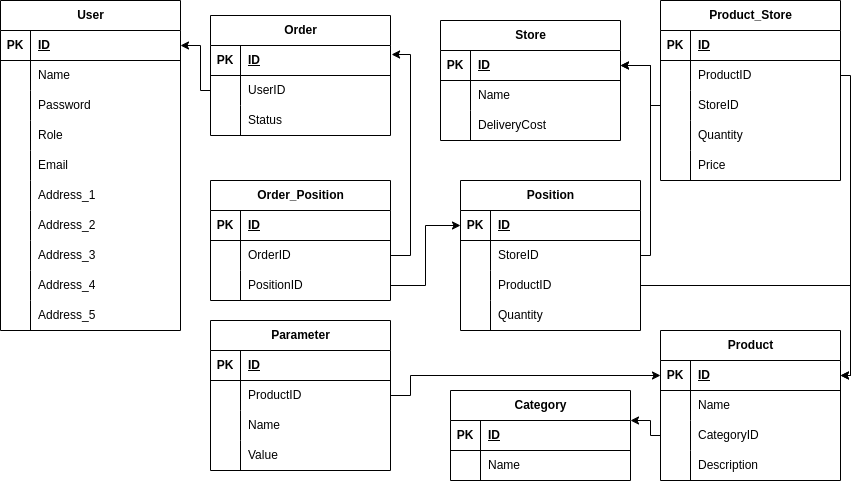
This is Diploma_scheme.png from Garpusha/diploma, a draw.io export, as it was before one commit. Source tidied: cells renumbered, new cells last; positions are measured from the earlier drawing's top-left corner, leaving out a move shared by most shapes.
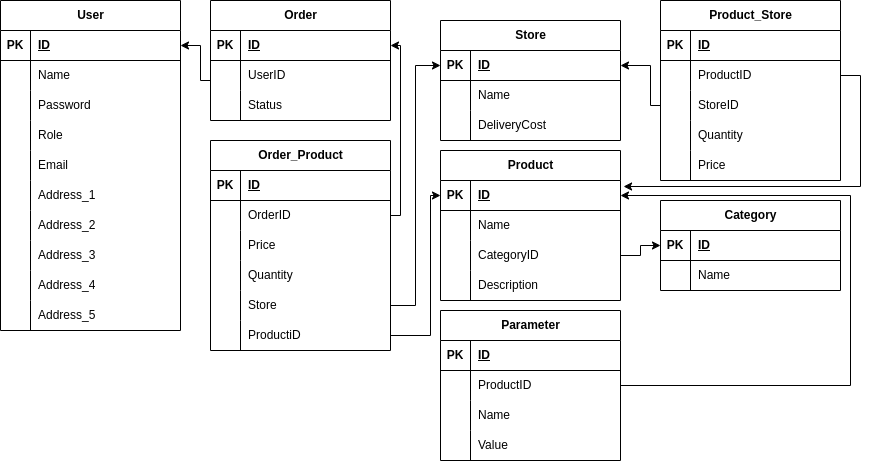
Above is the later version.

What changed in the source:
```diff
@@ -96,7 +96,7 @@
       <mxGeometry x="30" width="150" height="30" as="geometry" />
     </mxCell>
     <mxCell id="33" value="Product" style="shape=table;startSize=30;rowLines=0;fontStyle=1;align=center;html=1;" parent="1" vertex="1">
-      <mxGeometry x="660" y="330" width="180" height="150" as="geometry" />
+      <mxGeometry x="440" y="150" width="180" height="150" as="geometry" />
     </mxCell>
     <mxCell id="34" style="shape=tableRow;horizontal=0;startSize=0;swimlaneHead=0;swimlaneBody=0;fillColor=none;points=[[0,0.5],[1,0.5]];portConstraint=eastwest;top=0;left=0;right=0;bottom=1;" parent="33" vertex="1">
       <mxGeometry y="30" width="180" height="30" as="geometry" />
@@ -212,14 +212,6 @@
     <mxCell id="71" value="Price" style="shape=partialRectangle;fillColor=none;top=0;left=0;bottom=0;right=0;align=left;spacingLeft=6;overflow=hidden;whiteSpace=wrap;html=1;" parent="69" vertex="1">
       <mxGeometry x="30" width="150" height="30" as="geometry" />
     </mxCell>
-    <mxCell id="72" style="edgeStyle=orthogonalEdgeStyle;rounded=0;jettySize=auto;html=1;entryX=1;entryY=0.5;entryDx=0;entryDy=0;" parent="1" edge="1" source="60" target="34">
-      <mxGeometry relative="1" as="geometry">
-        <Array as="points">
-          <mxPoint x="850" y="75" />
-          <mxPoint x="850" y="375" />
-        </Array>
-      </mxGeometry>
-    </mxCell>
     <mxCell id="73" style="edgeStyle=orthogonalEdgeStyle;rounded=0;jettySize=auto;html=1;entryX=1;entryY=0.5;entryDx=0;entryDy=0;" parent="1" edge="1" source="63" target="47">
       <mxGeometry relative="1" as="geometry">
         <Array as="points">
@@ -229,7 +221,7 @@
       </mxGeometry>
     </mxCell>
     <mxCell id="74" value="Order" style="shape=table;startSize=30;rowLines=0;fontStyle=1;align=center;html=1;" parent="1" vertex="1">
-      <mxGeometry x="210" y="15" width="180" height="120" as="geometry" />
+      <mxGeometry x="210" width="180" height="120" as="geometry" />
     </mxCell>
     <mxCell id="75" style="shape=tableRow;horizontal=0;startSize=0;swimlaneHead=0;swimlaneBody=0;fillColor=none;points=[[0,0.5],[1,0.5]];portConstraint=eastwest;top=0;left=0;right=0;bottom=1;" parent="74" vertex="1">
       <mxGeometry y="30" width="180" height="30" as="geometry" />
@@ -262,109 +254,13 @@
       <mxGeometry relative="1" as="geometry">
         <mxPoint x="180" y="45" as="targetPoint" />
         <Array as="points">
-          <mxPoint x="200" y="90" />
+          <mxPoint x="200" y="80" />
           <mxPoint x="200" y="45" />
         </Array>
       </mxGeometry>
     </mxCell>
-    <mxCell id="85" value="Position" style="shape=table;startSize=30;rowLines=0;fontStyle=1;align=center;html=1;" parent="1" vertex="1">
-      <mxGeometry x="460" y="180" width="180" height="150" as="geometry" />
-    </mxCell>
-    <mxCell id="86" style="shape=tableRow;horizontal=0;startSize=0;swimlaneHead=0;swimlaneBody=0;fillColor=none;points=[[0,0.5],[1,0.5]];portConstraint=eastwest;top=0;left=0;right=0;bottom=1;" parent="85" vertex="1">
-      <mxGeometry y="30" width="180" height="30" as="geometry" />
-    </mxCell>
-    <mxCell id="87" value="PK" style="shape=partialRectangle;fillColor=none;top=0;left=0;bottom=0;right=0;fontStyle=1;overflow=hidden;whiteSpace=wrap;html=1;" parent="86" vertex="1">
-      <mxGeometry width="30" height="30" as="geometry" />
-    </mxCell>
-    <mxCell id="88" value="ID" style="shape=partialRectangle;fillColor=none;top=0;left=0;bottom=0;right=0;align=left;spacingLeft=6;fontStyle=5;overflow=hidden;whiteSpace=wrap;html=1;" parent="86" vertex="1">
-      <mxGeometry x="30" width="150" height="30" as="geometry" />
-    </mxCell>
-    <mxCell id="89" style="shape=tableRow;horizontal=0;startSize=0;swimlaneHead=0;swimlaneBody=0;fillColor=none;points=[[0,0.5],[1,0.5]];portConstraint=eastwest;top=0;left=0;right=0;bottom=0;" parent="85" vertex="1">
-      <mxGeometry y="60" width="180" height="30" as="geometry" />
-    </mxCell>
-    <mxCell id="90" style="shape=partialRectangle;fillColor=none;top=0;left=0;bottom=0;right=0;overflow=hidden;whiteSpace=wrap;html=1;" parent="89" vertex="1">
-      <mxGeometry width="30" height="30" as="geometry" />
-    </mxCell>
-    <mxCell id="91" value="StoreID" style="shape=partialRectangle;fillColor=none;top=0;left=0;bottom=0;right=0;align=left;spacingLeft=6;overflow=hidden;whiteSpace=wrap;html=1;" parent="89" vertex="1">
-      <mxGeometry x="30" width="150" height="30" as="geometry" />
-    </mxCell>
-    <mxCell id="92" style="shape=tableRow;horizontal=0;startSize=0;swimlaneHead=0;swimlaneBody=0;fillColor=none;points=[[0,0.5],[1,0.5]];portConstraint=eastwest;top=0;left=0;right=0;bottom=0;" parent="85" vertex="1">
-      <mxGeometry y="90" width="180" height="30" as="geometry" />
-    </mxCell>
-    <mxCell id="93" style="shape=partialRectangle;fillColor=none;top=0;left=0;bottom=0;right=0;overflow=hidden;whiteSpace=wrap;html=1;" parent="92" vertex="1">
-      <mxGeometry width="30" height="30" as="geometry" />
-    </mxCell>
-    <mxCell id="94" value="ProductID" style="shape=partialRectangle;fillColor=none;top=0;left=0;bottom=0;right=0;align=left;spacingLeft=6;overflow=hidden;whiteSpace=wrap;html=1;" parent="92" vertex="1">
-      <mxGeometry x="30" width="150" height="30" as="geometry" />
-    </mxCell>
-    <mxCell id="95" style="shape=tableRow;horizontal=0;startSize=0;swimlaneHead=0;swimlaneBody=0;fillColor=none;top=0;left=0;right=0;bottom=0;" parent="85" vertex="1">
-      <mxGeometry y="120" width="180" height="30" as="geometry" />
-    </mxCell>
-    <mxCell id="96" style="shape=partialRectangle;fillColor=none;top=0;left=0;bottom=0;right=0;overflow=hidden;whiteSpace=wrap;html=1;" parent="95" vertex="1">
-      <mxGeometry width="30" height="30" as="geometry" />
-    </mxCell>
-    <mxCell id="97" value="Quantity" style="shape=partialRectangle;fillColor=none;top=0;left=0;bottom=0;right=0;align=left;spacingLeft=6;overflow=hidden;whiteSpace=wrap;html=1;" parent="95" vertex="1">
-      <mxGeometry x="30" width="150" height="30" as="geometry" />
-    </mxCell>
-    <mxCell id="98" style="edgeStyle=orthogonalEdgeStyle;rounded=0;jettySize=auto;html=1;entryX=1;entryY=0.5;entryDx=0;entryDy=0;" parent="1" edge="1" source="89" target="47">
-      <mxGeometry relative="1" as="geometry">
-        <Array as="points">
-          <mxPoint x="650" y="255" />
-          <mxPoint x="650" y="65" />
-        </Array>
-      </mxGeometry>
-    </mxCell>
-    <mxCell id="99" value="Order_Position" style="shape=table;startSize=30;rowLines=0;fontStyle=1;align=center;html=1;" parent="1" vertex="1">
-      <mxGeometry x="210" y="180" width="180" height="120" as="geometry" />
-    </mxCell>
-    <mxCell id="100" style="shape=tableRow;horizontal=0;startSize=0;swimlaneHead=0;swimlaneBody=0;fillColor=none;top=0;left=0;right=0;bottom=1;" parent="99" vertex="1">
-      <mxGeometry y="30" width="180" height="30" as="geometry" />
-    </mxCell>
-    <mxCell id="101" value="PK" style="shape=partialRectangle;fillColor=none;top=0;left=0;bottom=0;right=0;fontStyle=1;overflow=hidden;whiteSpace=wrap;html=1;" parent="100" vertex="1">
-      <mxGeometry width="30" height="30" as="geometry" />
-    </mxCell>
-    <mxCell id="102" value="ID" style="shape=partialRectangle;fillColor=none;top=0;left=0;bottom=0;right=0;align=left;spacingLeft=6;fontStyle=5;overflow=hidden;whiteSpace=wrap;html=1;" parent="100" vertex="1">
-      <mxGeometry x="30" width="150" height="30" as="geometry" />
-    </mxCell>
-    <mxCell id="103" style="shape=tableRow;horizontal=0;startSize=0;swimlaneHead=0;swimlaneBody=0;fillColor=none;points=[[0,0.5],[1,0.5]];portConstraint=eastwest;top=0;left=0;right=0;bottom=0;" parent="99" vertex="1">
-      <mxGeometry y="60" width="180" height="30" as="geometry" />
-    </mxCell>
-    <mxCell id="104" style="shape=partialRectangle;fillColor=none;top=0;left=0;bottom=0;right=0;overflow=hidden;whiteSpace=wrap;html=1;" parent="103" vertex="1">
-      <mxGeometry width="30" height="30" as="geometry" />
-    </mxCell>
-    <mxCell id="105" value="OrderID" style="shape=partialRectangle;fillColor=none;top=0;left=0;bottom=0;right=0;align=left;spacingLeft=6;overflow=hidden;whiteSpace=wrap;html=1;" parent="103" vertex="1">
-      <mxGeometry x="30" width="150" height="30" as="geometry" />
-    </mxCell>
-    <mxCell id="106" style="shape=tableRow;horizontal=0;startSize=0;swimlaneHead=0;swimlaneBody=0;fillColor=none;points=[[0,0.5],[1,0.5]];portConstraint=eastwest;top=0;left=0;right=0;bottom=0;" parent="99" vertex="1">
-      <mxGeometry y="90" width="180" height="30" as="geometry" />
-    </mxCell>
-    <mxCell id="107" style="shape=partialRectangle;fillColor=none;top=0;left=0;bottom=0;right=0;overflow=hidden;whiteSpace=wrap;html=1;" parent="106" vertex="1">
-      <mxGeometry width="30" height="30" as="geometry" />
-    </mxCell>
-    <mxCell id="108" value="PositionID" style="shape=partialRectangle;fillColor=none;top=0;left=0;bottom=0;right=0;align=left;spacingLeft=6;overflow=hidden;whiteSpace=wrap;html=1;" parent="106" vertex="1">
-      <mxGeometry x="30" width="150" height="30" as="geometry" />
-    </mxCell>
-    <mxCell id="109" style="edgeStyle=orthogonalEdgeStyle;rounded=0;jettySize=auto;html=1;entryX=1.006;entryY=0.3;entryDx=0;entryDy=0;entryPerimeter=0;" parent="1" edge="1" source="103" target="75">
-      <mxGeometry relative="1" as="geometry">
-        <Array as="points">
-          <mxPoint x="410" y="255" />
-          <mxPoint x="410" y="54" />
-        </Array>
-      </mxGeometry>
-    </mxCell>
-    <mxCell id="110" style="edgeStyle=orthogonalEdgeStyle;rounded=0;jettySize=auto;html=1;entryX=0;entryY=0.5;entryDx=0;entryDy=0;" parent="1" edge="1" source="106" target="86">
-      <mxGeometry relative="1" as="geometry" />
-    </mxCell>
-    <mxCell id="111" style="edgeStyle=orthogonalEdgeStyle;rounded=0;jettySize=auto;html=1;entryX=1;entryY=0.5;entryDx=0;entryDy=0;" parent="1" edge="1" source="92" target="34">
-      <mxGeometry relative="1" as="geometry">
-        <Array as="points">
-          <mxPoint x="850" y="285" />
-          <mxPoint x="850" y="375" />
-        </Array>
-      </mxGeometry>
-    </mxCell>
     <mxCell id="112" value="Category" style="shape=table;startSize=30;rowLines=0;fontStyle=1;align=center;html=1;" parent="1" vertex="1">
-      <mxGeometry x="450" y="390" width="180" height="90" as="geometry" />
+      <mxGeometry x="660" y="200" width="180" height="90" as="geometry" />
     </mxCell>
     <mxCell id="113" style="shape=tableRow;horizontal=0;startSize=0;swimlaneHead=0;swimlaneBody=0;fillColor=none;points=[[0,0.5],[1,0.5]];portConstraint=eastwest;top=0;left=0;right=0;bottom=1;" parent="112" vertex="1">
       <mxGeometry y="30" width="180" height="30" as="geometry" />
@@ -384,16 +280,8 @@
     <mxCell id="118" value="Name" style="shape=partialRectangle;fillColor=none;top=0;left=0;bottom=0;right=0;align=left;spacingLeft=6;overflow=hidden;whiteSpace=wrap;html=1;" parent="116" vertex="1">
       <mxGeometry x="30" width="150" height="30" as="geometry" />
     </mxCell>
-    <mxCell id="119" style="edgeStyle=orthogonalEdgeStyle;rounded=0;jettySize=auto;html=1;" parent="1" edge="1" source="40" target="113">
-      <mxGeometry relative="1" as="geometry">
-        <Array as="points">
-          <mxPoint x="650" y="435" />
-          <mxPoint x="650" y="420" />
-        </Array>
-      </mxGeometry>
-    </mxCell>
     <mxCell id="120" value="Parameter" style="shape=table;startSize=30;rowLines=0;fontStyle=1;align=center;html=1;" parent="1" vertex="1">
-      <mxGeometry x="210" y="320" width="180" height="150" as="geometry" />
+      <mxGeometry x="440" y="310" width="180" height="150" as="geometry" />
     </mxCell>
     <mxCell id="121" style="shape=tableRow;horizontal=0;startSize=0;swimlaneHead=0;swimlaneBody=0;fillColor=none;top=0;left=0;right=0;bottom=1;" parent="120" vertex="1">
       <mxGeometry y="30" width="180" height="30" as="geometry" />
@@ -431,13 +319,100 @@
     <mxCell id="132" value="Value" style="shape=partialRectangle;fillColor=none;top=0;left=0;bottom=0;right=0;align=left;spacingLeft=6;overflow=hidden;whiteSpace=wrap;html=1;" parent="130" vertex="1">
       <mxGeometry x="30" width="150" height="30" as="geometry" />
     </mxCell>
+    <mxCell id="119" style="edgeStyle=orthogonalEdgeStyle;rounded=0;jettySize=auto;html=1;entryX=0;entryY=0.5;entryDx=0;entryDy=0;" parent="1" edge="1" source="40" target="113">
+      <mxGeometry relative="1" as="geometry" />
+    </mxCell>
+    <mxCell id="99" value="Order_Product" style="shape=table;startSize=30;rowLines=0;fontStyle=1;align=center;html=1;" parent="1" vertex="1">
+      <mxGeometry x="210" y="140" width="180" height="210" as="geometry" />
+    </mxCell>
+    <mxCell id="100" style="shape=tableRow;horizontal=0;startSize=0;swimlaneHead=0;swimlaneBody=0;fillColor=none;top=0;left=0;right=0;bottom=1;" parent="99" vertex="1">
+      <mxGeometry y="30" width="180" height="30" as="geometry" />
+    </mxCell>
+    <mxCell id="101" value="PK" style="shape=partialRectangle;fillColor=none;top=0;left=0;bottom=0;right=0;fontStyle=1;overflow=hidden;whiteSpace=wrap;html=1;" parent="100" vertex="1">
+      <mxGeometry width="30" height="30" as="geometry" />
+    </mxCell>
+    <mxCell id="102" value="ID" style="shape=partialRectangle;fillColor=none;top=0;left=0;bottom=0;right=0;align=left;spacingLeft=6;fontStyle=5;overflow=hidden;whiteSpace=wrap;html=1;" parent="100" vertex="1">
+      <mxGeometry x="30" width="150" height="30" as="geometry" />
+    </mxCell>
+    <mxCell id="103" style="shape=tableRow;horizontal=0;startSize=0;swimlaneHead=0;swimlaneBody=0;fillColor=none;points=[[0,0.5],[1,0.5]];portConstraint=eastwest;top=0;left=0;right=0;bottom=0;" parent="99" vertex="1">
+      <mxGeometry y="60" width="180" height="30" as="geometry" />
+    </mxCell>
+    <mxCell id="104" style="shape=partialRectangle;fillColor=none;top=0;left=0;bottom=0;right=0;overflow=hidden;whiteSpace=wrap;html=1;" parent="103" vertex="1">
+      <mxGeometry width="30" height="30" as="geometry" />
+    </mxCell>
+    <mxCell id="105" value="OrderID" style="shape=partialRectangle;fillColor=none;top=0;left=0;bottom=0;right=0;align=left;spacingLeft=6;overflow=hidden;whiteSpace=wrap;html=1;" parent="103" vertex="1">
+      <mxGeometry x="30" width="150" height="30" as="geometry" />
+    </mxCell>
+    <mxCell id="134" style="shape=tableRow;horizontal=0;startSize=0;swimlaneHead=0;swimlaneBody=0;fillColor=none;top=0;left=0;right=0;bottom=0;" parent="99" vertex="1">
+      <mxGeometry y="90" width="180" height="30" as="geometry" />
+    </mxCell>
+    <mxCell id="135" style="shape=partialRectangle;fillColor=none;top=0;left=0;bottom=0;right=0;overflow=hidden;whiteSpace=wrap;html=1;" parent="134" vertex="1">
+      <mxGeometry width="30" height="30" as="geometry" />
+    </mxCell>
+    <mxCell id="136" value="Price" style="shape=partialRectangle;fillColor=none;top=0;left=0;bottom=0;right=0;align=left;spacingLeft=6;overflow=hidden;whiteSpace=wrap;html=1;" parent="134" vertex="1">
+      <mxGeometry x="30" width="150" height="30" as="geometry" />
+    </mxCell>
+    <mxCell id="95" style="shape=tableRow;horizontal=0;startSize=0;swimlaneHead=0;swimlaneBody=0;fillColor=none;top=0;left=0;right=0;bottom=0;" parent="99" vertex="1">
+      <mxGeometry y="120" width="180" height="30" as="geometry" />
+    </mxCell>
+    <mxCell id="137" style="shape=partialRectangle;fillColor=none;top=0;left=0;bottom=0;right=0;overflow=hidden;whiteSpace=wrap;html=1;" parent="95" vertex="1">
+      <mxGeometry width="30" height="30" as="geometry" />
+    </mxCell>
+    <mxCell id="97" value="Quantity" style="shape=partialRectangle;fillColor=none;top=0;left=0;bottom=0;right=0;align=left;spacingLeft=6;overflow=hidden;whiteSpace=wrap;html=1;" parent="95" vertex="1">
+      <mxGeometry x="30" width="150" height="30" as="geometry" />
+    </mxCell>
+    <mxCell id="138" style="shape=tableRow;horizontal=0;startSize=0;swimlaneHead=0;swimlaneBody=0;fillColor=none;points=[[0,0.5],[1,0.5]];portConstraint=eastwest;top=0;left=0;right=0;bottom=0;" parent="99" vertex="1">
+      <mxGeometry y="150" width="180" height="30" as="geometry" />
+    </mxCell>
+    <mxCell id="139" style="shape=partialRectangle;fillColor=none;top=0;left=0;bottom=0;right=0;overflow=hidden;whiteSpace=wrap;html=1;" parent="138" vertex="1">
+      <mxGeometry width="30" height="30" as="geometry" />
+    </mxCell>
+    <mxCell id="140" value="Store" style="shape=partialRectangle;fillColor=none;top=0;left=0;bottom=0;right=0;align=left;spacingLeft=6;overflow=hidden;whiteSpace=wrap;html=1;" parent="138" vertex="1">
+      <mxGeometry x="30" width="150" height="30" as="geometry" />
+    </mxCell>
+    <mxCell id="141" style="shape=tableRow;horizontal=0;startSize=0;swimlaneHead=0;swimlaneBody=0;fillColor=none;points=[[0,0.5],[1,0.5]];portConstraint=eastwest;top=0;left=0;right=0;bottom=0;" parent="99" vertex="1">
+      <mxGeometry y="180" width="180" height="30" as="geometry" />
+    </mxCell>
+    <mxCell id="142" style="shape=partialRectangle;fillColor=none;top=0;left=0;bottom=0;right=0;overflow=hidden;whiteSpace=wrap;html=1;" parent="141" vertex="1">
+      <mxGeometry width="30" height="30" as="geometry" />
+    </mxCell>
+    <mxCell id="143" value="ProductiD" style="shape=partialRectangle;fillColor=none;top=0;left=0;bottom=0;right=0;align=left;spacingLeft=6;overflow=hidden;whiteSpace=wrap;html=1;" parent="141" vertex="1">
+      <mxGeometry x="30" width="150" height="30" as="geometry" />
+    </mxCell>
+    <mxCell id="144" style="edgeStyle=orthogonalEdgeStyle;rounded=0;jettySize=auto;html=1;" parent="1" edge="1" source="138" target="47">
+      <mxGeometry relative="1" as="geometry" />
+    </mxCell>
+    <mxCell id="145" style="edgeStyle=orthogonalEdgeStyle;rounded=0;jettySize=auto;html=1;" parent="1" edge="1" source="141" target="34">
+      <mxGeometry relative="1" as="geometry">
+        <Array as="points">
+          <mxPoint x="430" y="335" />
+          <mxPoint x="430" y="195" />
+        </Array>
+      </mxGeometry>
+    </mxCell>
+    <mxCell id="109" style="edgeStyle=orthogonalEdgeStyle;rounded=0;jettySize=auto;html=1;entryX=1;entryY=0.5;entryDx=0;entryDy=0;" parent="1" edge="1" source="103" target="75">
+      <mxGeometry relative="1" as="geometry">
+        <Array as="points">
+          <mxPoint x="400" y="215" />
+          <mxPoint x="400" y="45" />
+        </Array>
+      </mxGeometry>
+    </mxCell>
-    <mxCell id="133" style="edgeStyle=orthogonalEdgeStyle;rounded=0;jettySize=auto;html=1;" parent="1" edge="1" source="124" target="34">
+    <mxCell id="133" style="edgeStyle=orthogonalEdgeStyle;rounded=0;jettySize=auto;html=1;entryX=1;entryY=0.5;entryDx=0;entryDy=0;" parent="1" edge="1" source="124" target="34">
       <mxGeometry relative="1" as="geometry">
         <Array as="points">
-          <mxPoint x="410" y="395" />
-          <mxPoint x="410" y="375" />
+          <mxPoint x="850" y="385" />
+          <mxPoint x="850" y="195" />
         </Array>
       </mxGeometry>
     </mxCell>
+    <mxCell id="72" style="edgeStyle=orthogonalEdgeStyle;rounded=0;jettySize=auto;html=1;entryX=1.017;entryY=0.2;entryDx=0;entryDy=0;entryPerimeter=0;" parent="1" edge="1" source="60" target="34">
+      <mxGeometry relative="1" as="geometry">
+        <Array as="points">
+          <mxPoint x="860" y="75" />
+          <mxPoint x="860" y="186" />
+        </Array>
+      </mxGeometry>
+    </mxCell>
   </root>
 </mxGraphModel>
```
